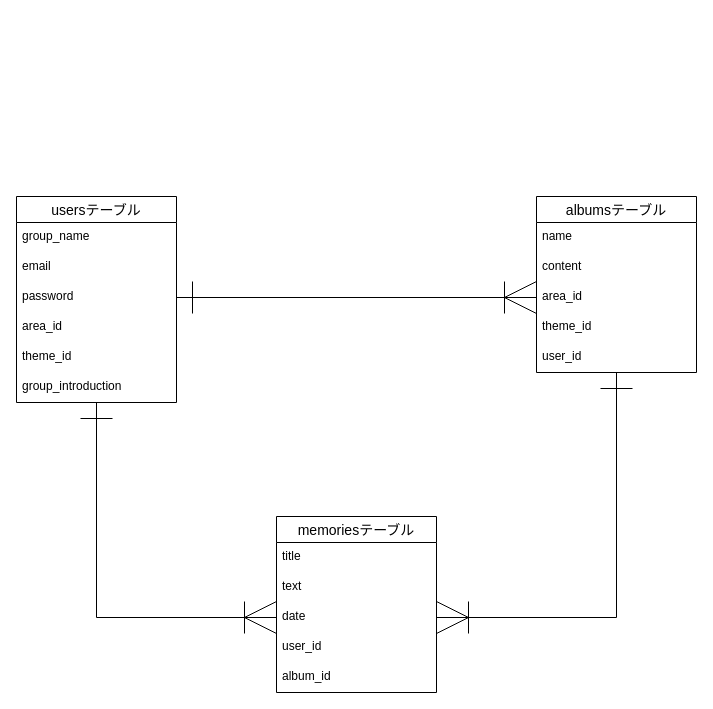
Above: volunteer.dio in uta-twothree/Volunteer-Shelf (draw.io), before the change. Source tidied: cells renumbered, new cells numbered last; positions are measured from the earlier drawing's top-left corner, leaving out a move shared by most shapes. Both pictures are drawn from the tidied source at 100%, with x=0, y=0 at pixel (16, 196).
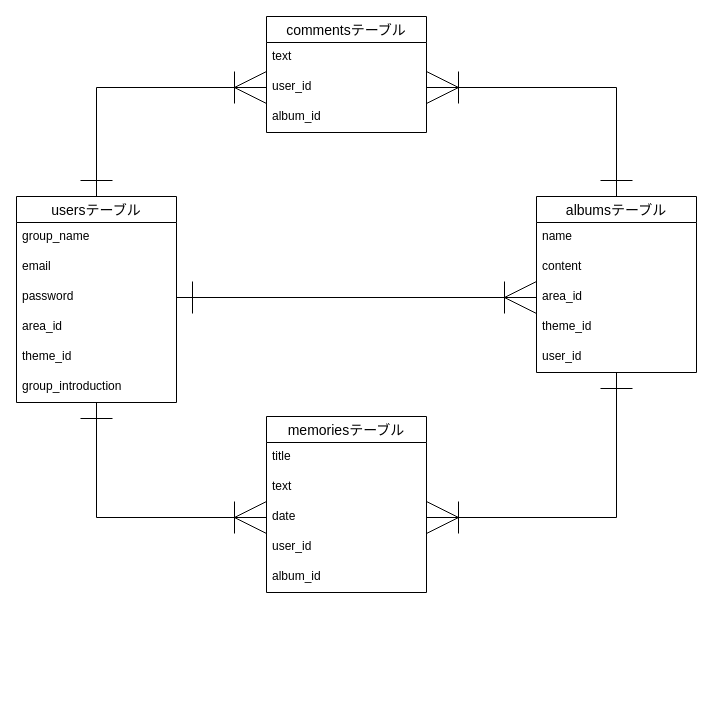
The same diagram, later.

Commit message (it also covers changes not shown here):
コメント投稿機能実装の、READEMEファイルとER図の作成

The change refers to these unchanged cells:
```xml
<mxCell id="3" value="albumsテーブル" style="swimlane;fontStyle=0;horizontal=1;startSize=26;align=center;fontSize=14;" parent="1" vertex="1">
  <mxGeometry x="520" width="160" height="176" as="geometry" />
</mxCell>
<mxCell id="10" value="usersテーブル" style="swimlane;fontStyle=0;horizontal=1;startSize=26;align=center;fontSize=14;" parent="1" vertex="1">
  <mxGeometry width="160" height="206" as="geometry" />
</mxCell>
```

The edit, as a diff of the source:
```diff
@@
     <mxCell id="17" value="memoriesテーブル" style="swimlane;fontStyle=0;horizontal=1;startSize=26;align=center;fontSize=14;" parent="1" vertex="1">
-      <mxGeometry x="260" y="320" width="160" height="176" as="geometry" />
+      <mxGeometry x="250" y="220" width="160" height="176" as="geometry" />
     </mxCell>
@@
+    <mxCell id="24" value="commentsテーブル" style="swimlane;fontStyle=0;horizontal=1;startSize=26;align=center;fontSize=14;" parent="1" vertex="1">
+      <mxGeometry x="250" y="-180" width="160" height="116" as="geometry" />
+    </mxCell>
+    <mxCell id="25" value="text" style="text;strokeColor=none;fillColor=none;spacingLeft=4;spacingRight=4;overflow=hidden;fontSize=12;" parent="24" vertex="1">
+      <mxGeometry y="26" width="160" height="30" as="geometry" />
+    </mxCell>
+    <mxCell id="26" value="user_id" style="text;strokeColor=none;fillColor=none;spacingLeft=4;spacingRight=4;overflow=hidden;points=[[0,0.5],[1,0.5]];portConstraint=eastwest;fontSize=12;" parent="24" vertex="1">
+      <mxGeometry y="56" width="160" height="30" as="geometry" />
+    </mxCell>
+    <mxCell id="27" value="album_id" style="text;strokeColor=none;fillColor=none;spacingLeft=4;spacingRight=4;overflow=hidden;fontSize=12;" parent="24" vertex="1">
+      <mxGeometry y="86" width="160" height="30" as="geometry" />
+    </mxCell>
+    <mxCell id="28" style="edgeStyle=orthogonalEdgeStyle;rounded=0;jettySize=auto;html=1;exitX=1;exitY=0.5;exitDx=0;exitDy=0;entryX=0.5;entryY=0;entryDx=0;entryDy=0;startArrow=ERoneToMany;startFill=0;endSize=30;startSize=30;endArrow=ERone;endFill=0;" parent="1" edge="1" source="26" target="3">
+      <mxGeometry relative="1" as="geometry" />
+    </mxCell>
+    <mxCell id="29" style="edgeStyle=orthogonalEdgeStyle;rounded=0;jettySize=auto;html=1;exitX=0;exitY=0.5;exitDx=0;exitDy=0;entryX=0.5;entryY=0;entryDx=0;entryDy=0;endSize=30;startSize=30;endArrow=ERone;endFill=0;startArrow=ERoneToMany;startFill=0;" parent="1" edge="1" source="26" target="10">
+      <mxGeometry relative="1" as="geometry" />
+    </mxCell>
```
